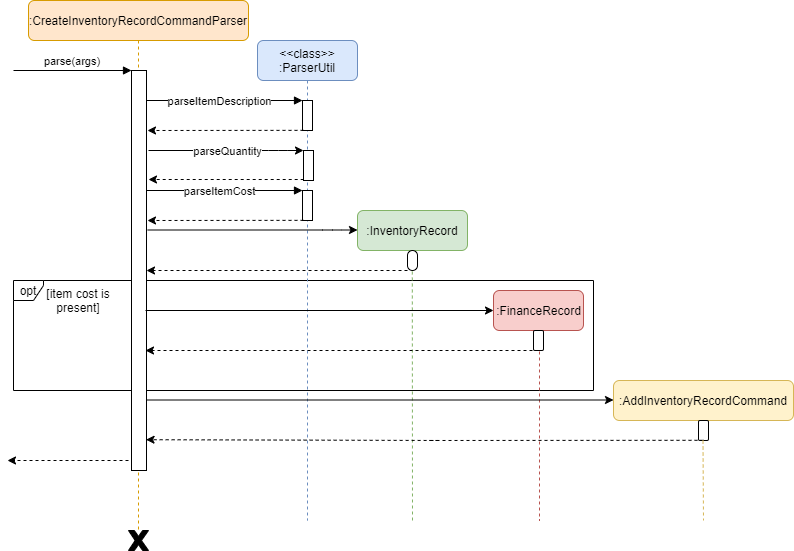
nus-cs2103-AY2021S1/tp keeps this draw.io diagram as docs/images/AddInventoryRecordSequenceDiagram.png. Above is the earlier version. Source tidied: cells renumbered, new cells last; positions are measured from the earlier drawing's top-left corner, leaving out a move shared by most shapes.
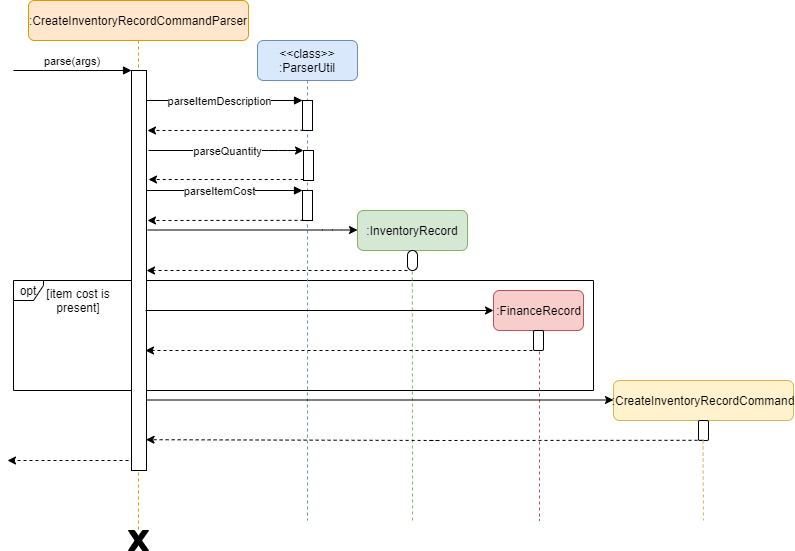
After the commit.

Change to the diagram source:
```diff
@@ -137,7 +137,7 @@
         <mxPoint x="532" y="520" as="targetPoint" />
       </mxGeometry>
     </mxCell>
-    <mxCell id="31" value=":AddInventoryRecordCommand" style="rounded=1;whiteSpace=wrap;html=1;strokeColor=#d6b656;fillColor=#fff2cc;" parent="1" vertex="1">
+    <mxCell id="31" value=":CreateInventoryRecordCommand" style="rounded=1;whiteSpace=wrap;html=1;strokeColor=#d6b656;fillColor=#fff2cc;" parent="1" vertex="1">
       <mxGeometry x="606" y="380" width="180" height="40" as="geometry" />
     </mxCell>
     <mxCell id="32" style="html=1;points=[];perimeter=orthogonalPerimeter;rounded=1;strokeColor=#000000;gradientColor=none;" parent="1" vertex="1">
```
